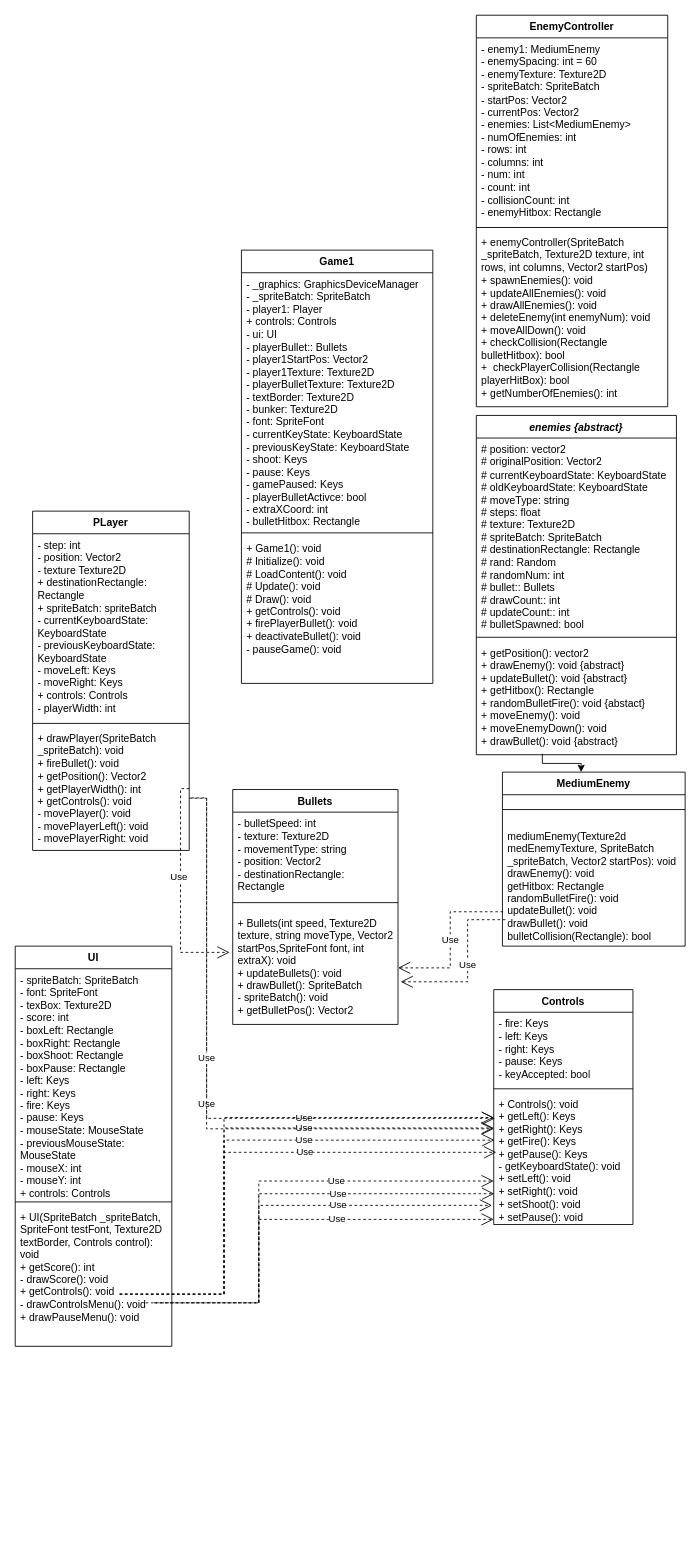
Before: draw.io diagrams/classDiagrams.drawio in Ferogreywolf7/Alien-Attack, a draw.io diagram. Source tidied: cells renumbered, new cells numbered last; positions are measured from the earlier drawing's top-left corner, leaving out a move shared by most shapes. Both pictures are drawn from the tidied source at 87%, with x=0, y=0 at pixel (15, 15).
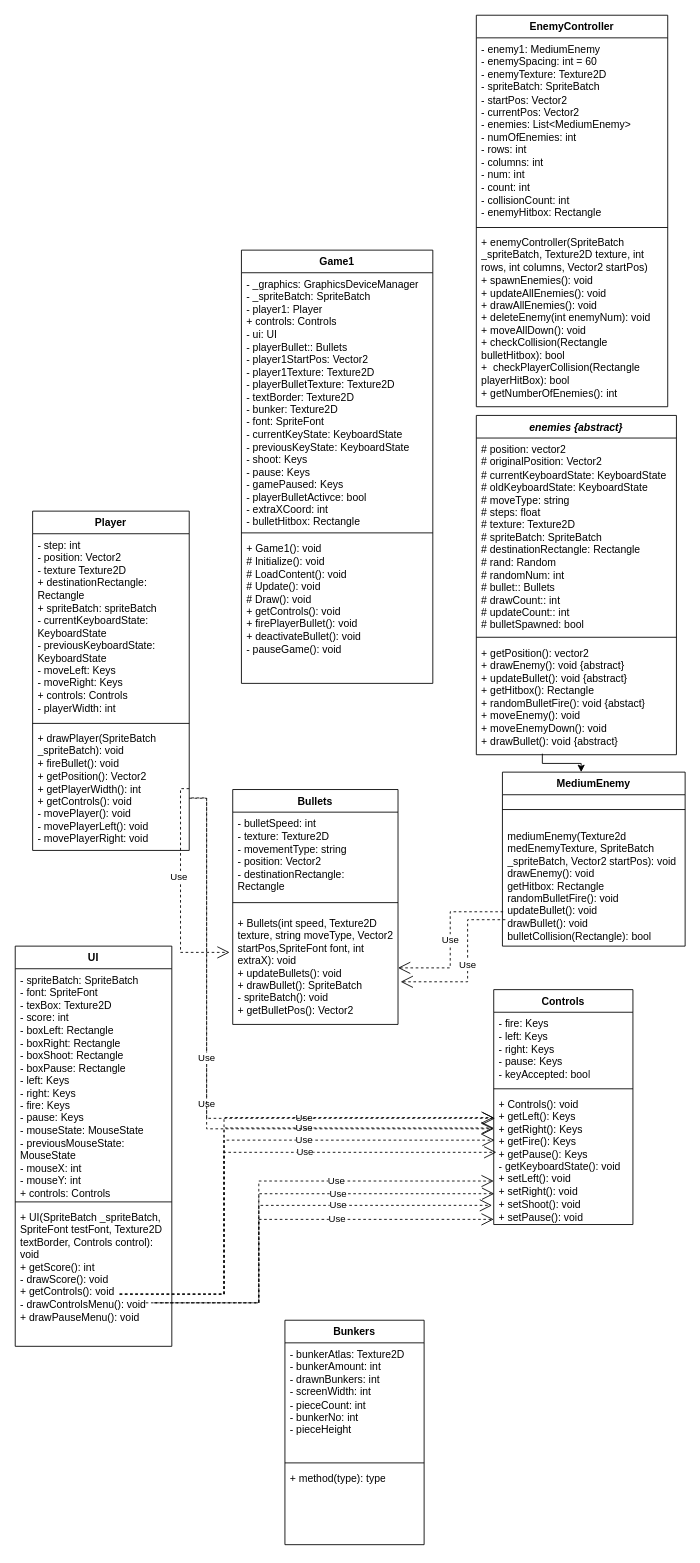
The same diagram, later.

Commit message:
Started on bunkers class

What changed in the source:
```diff
@@
-    <mxCell id="17" value="PLayer" style="swimlane;fontStyle=1;align=center;verticalAlign=top;horizontal=1;startSize=26;whiteSpace=wrap;html=1;" parent="1" vertex="1">
+    <mxCell id="17" value="Player" style="swimlane;fontStyle=1;align=center;verticalAlign=top;horizontal=1;startSize=26;whiteSpace=wrap;html=1;" parent="1" vertex="1">
       <mxGeometry x="20" y="570" width="180" height="390" as="geometry" />
     </mxCell>
@@
+    <mxCell id="47" value="&lt;div&gt;Bunkers&lt;/div&gt;" style="swimlane;fontStyle=1;align=center;verticalAlign=top;horizontal=1;startSize=26;whiteSpace=wrap;html=1;" parent="1" vertex="1">
+      <mxGeometry x="310" y="1500" width="160" height="258" as="geometry" />
+    </mxCell>
+    <mxCell id="48" value="&lt;div&gt;- bunkerAtlas: Texture2D&lt;/div&gt;&lt;div&gt;- bunkerAmount: int&lt;/div&gt;&lt;div&gt;- drawnBunkers: int&lt;/div&gt;&lt;div&gt;- screenWidth: int&lt;/div&gt;&lt;div&gt;- pieceCount: int&lt;/div&gt;&lt;div&gt;- bunkerNo: int&lt;/div&gt;&lt;div&gt;- pieceHeight&lt;br&gt;&lt;/div&gt;&lt;div&gt;&lt;br&gt;&lt;/div&gt;&lt;div&gt;&lt;br&gt;&lt;/div&gt;&lt;div&gt;&lt;br&gt;&lt;/div&gt;" style="text;strokeColor=none;fillColor=none;align=left;verticalAlign=top;spacingLeft=4;spacingRight=4;overflow=hidden;whiteSpace=wrap;html=1;" parent="47" vertex="1">
+      <mxGeometry y="26" width="160" height="134" as="geometry" />
+    </mxCell>
+    <mxCell id="49" style="line;strokeWidth=1;fillColor=none;align=left;verticalAlign=middle;spacingTop=-1;spacingLeft=3;spacingRight=3;labelPosition=right;strokeColor=inherit;" parent="47" vertex="1">
+      <mxGeometry y="160" width="160" height="8" as="geometry" />
+    </mxCell>
+    <mxCell id="50" value="+ method(type): type" style="text;strokeColor=none;fillColor=none;align=left;verticalAlign=top;spacingLeft=4;spacingRight=4;overflow=hidden;whiteSpace=wrap;html=1;" parent="47" vertex="1">
+      <mxGeometry y="168" width="160" height="90" as="geometry" />
+    </mxCell>
```
